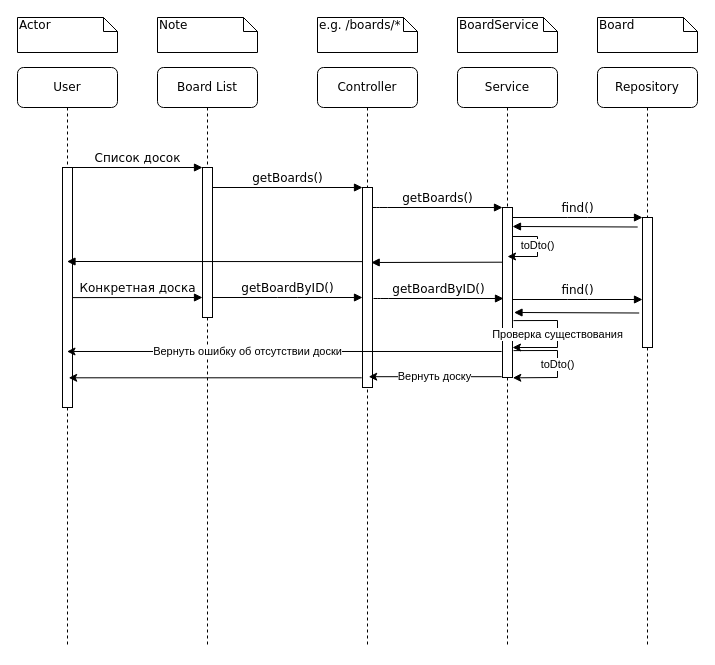
The draw.io diagram sequence.drawio in StanEkso/kanban-projecting, before the edit. Source tidied: cells renumbered, new cells numbered last; positions are measured from the earlier drawing's top-left corner, leaving out a move shared by most shapes. Both pictures are drawn from the tidied source at 100%, with x=0, y=0 at pixel (17, 17).
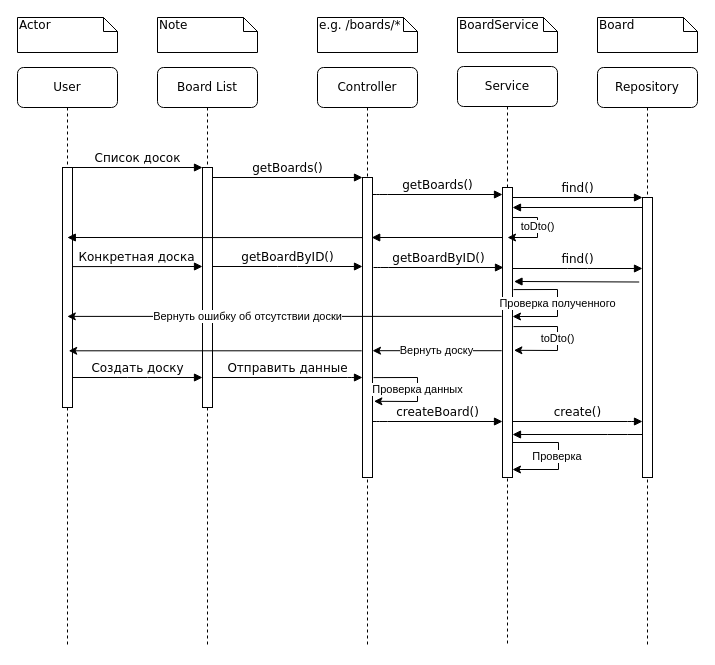
After the change.

The change refers to these unchanged cells:
```xml
<mxCell id="2" value="Board List" style="shape=umlLifeline;perimeter=lifelinePerimeter;whiteSpace=wrap;html=1;rounded=1;shadow=0;comic=0;labelBackgroundColor=none;strokeWidth=1;fontFamily=Verdana;fontSize=12;align=center;" parent="1" vertex="1">
  <mxGeometry x="140" y="50" width="100" height="580" as="geometry" />
</mxCell>
<mxCell id="5" value="Controller" style="shape=umlLifeline;perimeter=lifelinePerimeter;whiteSpace=wrap;html=1;rounded=1;shadow=0;comic=0;labelBackgroundColor=none;strokeWidth=1;fontFamily=Verdana;fontSize=12;align=center;" parent="1" vertex="1">
  <mxGeometry x="300" y="50" width="100" height="580" as="geometry" />
</mxCell>
<mxCell id="10" value="User" style="shape=umlLifeline;perimeter=lifelinePerimeter;whiteSpace=wrap;html=1;outlineConnect=0;rounded=1;shadow=0;comic=0;labelBackgroundColor=none;strokeWidth=1;fontFamily=Verdana;fontSize=12;align=center;" parent="1" vertex="1">
  <mxGeometry y="50" width="100" height="580" as="geometry" />
</mxCell>
```

The edit, as a diff of the source:
```diff
@@
     <mxCell id="3" style="html=1;points=[];perimeter=orthogonalPerimeter;rounded=0;shadow=0;comic=0;labelBackgroundColor=none;strokeWidth=1;fontFamily=Verdana;fontSize=12;align=center;" parent="2" vertex="1">
-      <mxGeometry x="45" y="100" width="10" height="150" as="geometry" />
+      <mxGeometry x="45" y="100" width="10" height="240" as="geometry" />
     </mxCell>
     <mxCell id="4" value="Конкретная доска" style="html=1;verticalAlign=bottom;endArrow=block;entryX=0;entryY=0;labelBackgroundColor=none;fontFamily=Verdana;fontSize=12;edgeStyle=elbowEdgeStyle;elbow=vertical;" parent="2" edge="1">
-      <mxGeometry relative="1" as="geometry">
-        <mxPoint x="-85" y="230.1" as="sourcePoint" />
-        <mxPoint x="45" y="230.1" as="targetPoint" />
+      <mxGeometry x="-0.01" relative="1" as="geometry">
+        <mxPoint x="-85" y="199.1" as="sourcePoint" />
+        <mxPoint x="45" y="199.1" as="targetPoint" />
       </mxGeometry>
     </mxCell>
+    <mxCell id="35" value="Создать доску" style="html=1;verticalAlign=bottom;endArrow=block;entryX=0;entryY=0;labelBackgroundColor=none;fontFamily=Verdana;fontSize=12;edgeStyle=elbowEdgeStyle;elbow=vertical;" parent="2" edge="1">
+      <mxGeometry relative="1" as="geometry">
+        <mxPoint x="-85" y="310" as="sourcePoint" />
+        <mxPoint x="45" y="310" as="targetPoint" />
+      </mxGeometry>
+    </mxCell>
@@
     <mxCell id="6" style="html=1;points=[];perimeter=orthogonalPerimeter;rounded=0;shadow=0;comic=0;labelBackgroundColor=none;strokeWidth=1;fontFamily=Verdana;fontSize=12;align=center;" parent="5" vertex="1">
-      <mxGeometry x="45" y="120" width="10" height="200" as="geometry" />
+      <mxGeometry x="45" y="110" width="10" height="300" as="geometry" />
     </mxCell>
     <mxCell id="7" value="Service" style="shape=umlLifeline;perimeter=lifelinePerimeter;whiteSpace=wrap;html=1;rounded=1;shadow=0;comic=0;labelBackgroundColor=none;strokeWidth=1;fontFamily=Verdana;fontSize=12;align=center;" parent="1" vertex="1">
-      <mxGeometry x="440" y="50" width="100" height="580" as="geometry" />
+      <mxGeometry x="440" y="49" width="100" height="580" as="geometry" />
     </mxCell>
-    <mxCell id="8" value="toDto()" style="endArrow=classic;html=1;rounded=0;exitX=1.1;exitY=0.736;exitDx=0;exitDy=0;exitPerimeter=0;entryX=1.031;entryY=1.002;entryDx=0;entryDy=0;entryPerimeter=0;" parent="7" edge="1" target="12">
+    <mxCell id="8" value="toDto()" style="endArrow=classic;html=1;rounded=0;exitX=1.1;exitY=0.736;exitDx=0;exitDy=0;exitPerimeter=0;entryX=1.144;entryY=0.978;entryDx=0;entryDy=0;entryPerimeter=0;" parent="7" edge="1">
       <mxGeometry relative="1" as="geometry">
-        <mxPoint x="56" y="283.1" as="sourcePoint" />
+        <mxPoint x="56" y="260.1" as="sourcePoint" />
+        <mxPoint x="56.4" y="283.8" as="targetPoint" />
         <Array as="points">
-          <mxPoint x="100" y="283" />
-          <mxPoint x="100" y="310" />
+          <mxPoint x="100" y="260" />
+          <mxPoint x="100" y="284" />
         </Array>
       </mxGeometry>
     </mxCell>
@@
     <mxCell id="12" style="html=1;points=[];perimeter=orthogonalPerimeter;rounded=0;shadow=0;comic=0;labelBackgroundColor=none;strokeWidth=1;fontFamily=Verdana;fontSize=12;align=center;" parent="1" vertex="1">
-      <mxGeometry x="485" y="190" width="10" height="170" as="geometry" />
+      <mxGeometry x="485" y="170" width="10" height="290" as="geometry" />
     </mxCell>
-    <mxCell id="13" value="getBoards()" style="html=1;verticalAlign=bottom;endArrow=block;labelBackgroundColor=none;fontFamily=Verdana;fontSize=12;edgeStyle=elbowEdgeStyle;elbow=vertical;" parent="1" edge="1" source="6" target="12">
+    <mxCell id="13" value="getBoards()" style="html=1;verticalAlign=bottom;endArrow=block;labelBackgroundColor=none;fontFamily=Verdana;fontSize=12;edgeStyle=elbowEdgeStyle;elbow=vertical;" parent="1" edge="1">
       <mxGeometry relative="1" as="geometry">
+        <mxPoint x="355" y="177" as="sourcePoint" />
+        <mxPoint x="485" y="177" as="targetPoint" />
         <Array as="points">
-          <mxPoint x="360" y="190" />
+          <mxPoint x="360" y="177" />
         </Array>
       </mxGeometry>
     </mxCell>
     <mxCell id="14" style="html=1;points=[];perimeter=orthogonalPerimeter;rounded=0;shadow=0;comic=0;labelBackgroundColor=none;strokeWidth=1;fontFamily=Verdana;fontSize=12;align=center;" parent="1" vertex="1">
-      <mxGeometry x="625" y="200" width="10" height="130" as="geometry" />
+      <mxGeometry x="625" y="180" width="10" height="280" as="geometry" />
     </mxCell>
@@
     <mxCell id="23" style="html=1;verticalAlign=bottom;endArrow=block;entryX=1.152;entryY=0.946;labelBackgroundColor=none;fontFamily=Verdana;fontSize=12;edgeStyle=elbowEdgeStyle;elbow=vertical;entryDx=0;entryDy=0;entryPerimeter=0;exitX=-0.33;exitY=0.945;exitDx=0;exitDy=0;exitPerimeter=0;" parent="1" edge="1">
       <mxGeometry relative="1" as="geometry">
-        <mxPoint x="621.7" y="295.5" as="sourcePoint" />
-        <mxPoint x="496.5" y="295.1" as="targetPoint" />
+        <mxPoint x="621.7" y="264.5" as="sourcePoint" />
+        <mxPoint x="496.5" y="264.1" as="targetPoint" />
       </mxGeometry>
     </mxCell>
-    <mxCell id="24" style="html=1;verticalAlign=bottom;endArrow=block;labelBackgroundColor=none;fontFamily=Verdana;fontSize=12;edgeStyle=elbowEdgeStyle;elbow=vertical;exitX=0.029;exitY=0.897;exitDx=0;exitDy=0;exitPerimeter=0;entryX=0.867;entryY=0.915;entryDx=0;entryDy=0;entryPerimeter=0;" parent="1" edge="1">
+    <mxCell id="24" style="html=1;verticalAlign=bottom;endArrow=block;labelBackgroundColor=none;fontFamily=Verdana;fontSize=12;edgeStyle=elbowEdgeStyle;elbow=vertical;entryX=0.92;entryY=0.243;entryDx=0;entryDy=0;entryPerimeter=0;" parent="1" edge="1">
       <mxGeometry relative="1" as="geometry">
-        <mxPoint x="485.3" y="244.7" as="sourcePoint" />
-        <mxPoint x="353.7" y="244.9" as="targetPoint" />
+        <mxPoint x="485" y="220" as="sourcePoint" />
+        <mxPoint x="354.2" y="219.9" as="targetPoint" />
       </mxGeometry>
     </mxCell>
     <mxCell id="25" value="toDto()" style="endArrow=classic;html=1;rounded=0;exitX=1.03;exitY=0.727;exitDx=0;exitDy=0;exitPerimeter=0;" parent="1" edge="1">
       <mxGeometry x="-0.1" relative="1" as="geometry">
-        <mxPoint x="495.3" y="219" as="sourcePoint" />
-        <mxPoint x="490" y="239" as="targetPoint" />
+        <mxPoint x="495.3" y="200" as="sourcePoint" />
+        <mxPoint x="490" y="220" as="targetPoint" />
         <Array as="points">
-          <mxPoint x="520" y="219" />
-          <mxPoint x="520" y="239" />
+          <mxPoint x="520" y="200" />
+          <mxPoint x="520" y="220" />
         </Array>
       </mxGeometry>
     </mxCell>
-    <mxCell id="26" style="html=1;verticalAlign=bottom;endArrow=block;labelBackgroundColor=none;fontFamily=Verdana;fontSize=12;edgeStyle=elbowEdgeStyle;elbow=vertical;exitX=-0.006;exitY=0.962;exitDx=0;exitDy=0;exitPerimeter=0;" parent="1" edge="1" target="10">
+    <mxCell id="26" style="html=1;verticalAlign=bottom;endArrow=block;labelBackgroundColor=none;fontFamily=Verdana;fontSize=12;edgeStyle=elbowEdgeStyle;elbow=vertical;exitX=-0.006;exitY=0.962;exitDx=0;exitDy=0;exitPerimeter=0;" parent="1" edge="1">
       <mxGeometry relative="1" as="geometry">
-        <mxPoint x="344.9" y="244.1" as="sourcePoint" />
+        <mxPoint x="344.9" y="220.1" as="sourcePoint" />
+        <mxPoint x="49.8" y="220.1" as="targetPoint" />
       </mxGeometry>
     </mxCell>
-    <mxCell id="27" style="html=1;verticalAlign=bottom;endArrow=block;entryX=1.152;entryY=0.946;labelBackgroundColor=none;fontFamily=Verdana;fontSize=12;edgeStyle=elbowEdgeStyle;elbow=vertical;entryDx=0;entryDy=0;entryPerimeter=0;exitX=-0.33;exitY=0.945;exitDx=0;exitDy=0;exitPerimeter=0;" parent="1" edge="1">
+    <mxCell id="27" style="html=1;verticalAlign=bottom;endArrow=block;entryX=1.152;entryY=0.946;labelBackgroundColor=none;fontFamily=Verdana;fontSize=12;edgeStyle=elbowEdgeStyle;elbow=vertical;entryDx=0;entryDy=0;entryPerimeter=0;" parent="1" edge="1" source="14">
       <mxGeometry relative="1" as="geometry">
-        <mxPoint x="620.2" y="209.5" as="sourcePoint" />
-        <mxPoint x="495" y="209.1" as="targetPoint" />
+        <mxPoint x="495" y="190.1" as="targetPoint" />
       </mxGeometry>
     </mxCell>
-    <mxCell id="28" value="getBoardByID()" style="html=1;verticalAlign=bottom;endArrow=block;entryX=0;entryY=0;labelBackgroundColor=none;fontFamily=Verdana;fontSize=12;edgeStyle=elbowEdgeStyle;elbow=vertical;" parent="1" edge="1">
+    <mxCell id="28" value="getBoardByID()" style="html=1;verticalAlign=bottom;endArrow=block;labelBackgroundColor=none;fontFamily=Verdana;fontSize=12;edgeStyle=elbowEdgeStyle;elbow=vertical;" parent="1" edge="1" target="6">
       <mxGeometry relative="1" as="geometry">
-        <mxPoint x="195" y="280" as="sourcePoint" />
-        <mxPoint x="345" y="280" as="targetPoint" />
+        <mxPoint x="195" y="249" as="sourcePoint" />
       </mxGeometry>
     </mxCell>
     <mxCell id="29" value="getBoardByID()" style="html=1;verticalAlign=bottom;endArrow=block;labelBackgroundColor=none;fontFamily=Verdana;fontSize=12;edgeStyle=elbowEdgeStyle;elbow=vertical;" parent="1" edge="1">
       <mxGeometry relative="1" as="geometry">
-        <mxPoint x="356" y="281" as="sourcePoint" />
-        <mxPoint x="486" y="281" as="targetPoint" />
+        <mxPoint x="356" y="250" as="sourcePoint" />
+        <mxPoint x="486" y="250" as="targetPoint" />
         <Array as="points">
-          <mxPoint x="361" y="281" />
+          <mxPoint x="361" y="250" />
         </Array>
       </mxGeometry>
     </mxCell>
     <mxCell id="30" value="find()" style="html=1;verticalAlign=bottom;endArrow=block;entryX=0;entryY=0;labelBackgroundColor=none;fontFamily=Verdana;fontSize=12;edgeStyle=elbowEdgeStyle;elbow=vertical;" parent="1" edge="1">
       <mxGeometry relative="1" as="geometry">
-        <mxPoint x="495" y="282" as="sourcePoint" />
-        <mxPoint x="625" y="282" as="targetPoint" />
+        <mxPoint x="495" y="251" as="sourcePoint" />
+        <mxPoint x="625" y="251" as="targetPoint" />
       </mxGeometry>
     </mxCell>
-    <mxCell id="31" value="Проверка существования" style="endArrow=classic;html=1;rounded=0;exitX=1.1;exitY=0.736;exitDx=0;exitDy=0;exitPerimeter=0;" parent="1" edge="1" target="12">
+    <mxCell id="31" value="Проверка полученного" style="endArrow=classic;html=1;rounded=0;exitX=1.1;exitY=0.736;exitDx=0;exitDy=0;exitPerimeter=0;" parent="1" edge="1">
       <mxGeometry relative="1" as="geometry">
-        <mxPoint x="496" y="303.1" as="sourcePoint" />
+        <mxPoint x="496" y="272.1" as="sourcePoint" />
+        <mxPoint x="495" y="299" as="targetPoint" />
         <Array as="points">
-          <mxPoint x="540" y="303" />
-          <mxPoint x="540" y="330" />
+          <mxPoint x="540" y="272" />
+          <mxPoint x="540" y="299" />
         </Array>
       </mxGeometry>
     </mxCell>
-    <mxCell id="32" value="Вернуть доску" style="endArrow=classic;html=1;rounded=0;exitX=-0.18;exitY=0.866;exitDx=0;exitDy=0;exitPerimeter=0;" parent="1" edge="1">
+    <mxCell id="32" value="Вернуть доску" style="endArrow=classic;html=1;rounded=0;exitX=-0.18;exitY=0.866;exitDx=0;exitDy=0;exitPerimeter=0;" parent="1" edge="1" target="6">
       <mxGeometry relative="1" as="geometry">
-        <mxPoint x="484.2" y="359.2" as="sourcePoint" />
-        <mxPoint x="351.2" y="359.2" as="targetPoint" />
+        <mxPoint x="484.2" y="333.2" as="sourcePoint" />
       </mxGeometry>
     </mxCell>
     <mxCell id="33" style="endArrow=classic;html=1;rounded=0;exitX=-0.18;exitY=0.886;exitDx=0;exitDy=0;exitPerimeter=0;" parent="1" edge="1">
       <mxGeometry relative="1" as="geometry">
-        <mxPoint x="344.2" y="360.3" as="sourcePoint" />
-        <mxPoint x="51.2" y="360.3" as="targetPoint" />
+        <mxPoint x="344.2" y="333.3" as="sourcePoint" />
+        <mxPoint x="51.2" y="333.3" as="targetPoint" />
       </mxGeometry>
     </mxCell>
-    <mxCell id="34" value="Вернуть ошибку об отсутствии доски" style="endArrow=classic;html=1;rounded=0;exitX=-0.086;exitY=0.847;exitDx=0;exitDy=0;exitPerimeter=0;" parent="1" edge="1" source="12" target="10">
-      <mxGeometry x="0.17" relative="1" as="geometry" />
+    <mxCell id="34" value="Вернуть ошибку об отсутствии доски" style="endArrow=classic;html=1;rounded=0;exitX=-0.086;exitY=0.847;exitDx=0;exitDy=0;exitPerimeter=0;" parent="1" edge="1">
+      <mxGeometry x="0.17" relative="1" as="geometry">
+        <mxPoint x="484.1" y="298.9" as="sourcePoint" />
+        <mxPoint x="49.8" y="298.9" as="targetPoint" />
+      </mxGeometry>
     </mxCell>
+    <mxCell id="36" value="Отправить данные" style="html=1;verticalAlign=bottom;endArrow=block;labelBackgroundColor=none;fontFamily=Verdana;fontSize=12;edgeStyle=elbowEdgeStyle;elbow=vertical;" parent="1" edge="1" source="3" target="6">
+      <mxGeometry relative="1" as="geometry">
+        <Array as="points">
+          <mxPoint x="340" y="360" />
+        </Array>
+      </mxGeometry>
+    </mxCell>
+    <mxCell id="37" value="Проверка данных" style="endArrow=classic;html=1;rounded=0;exitX=1.1;exitY=0.736;exitDx=0;exitDy=0;exitPerimeter=0;entryX=1.144;entryY=0.978;entryDx=0;entryDy=0;entryPerimeter=0;" parent="1" edge="1">
+      <mxGeometry relative="1" as="geometry">
+        <mxPoint x="356" y="360.1" as="sourcePoint" />
+        <mxPoint x="356.4" y="383.8" as="targetPoint" />
+        <Array as="points">
+          <mxPoint x="400" y="360" />
+          <mxPoint x="400" y="384" />
+        </Array>
+      </mxGeometry>
+    </mxCell>
+    <mxCell id="38" value="createBoard()" style="html=1;verticalAlign=bottom;endArrow=block;labelBackgroundColor=none;fontFamily=Verdana;fontSize=12;edgeStyle=elbowEdgeStyle;elbow=vertical;" parent="1" edge="1">
+      <mxGeometry relative="1" as="geometry">
+        <mxPoint x="355" y="404" as="sourcePoint" />
+        <mxPoint x="485" y="404" as="targetPoint" />
+        <Array as="points">
+          <mxPoint x="360" y="404" />
+        </Array>
+      </mxGeometry>
+    </mxCell>
+    <mxCell id="39" value="create()" style="html=1;verticalAlign=bottom;endArrow=block;labelBackgroundColor=none;fontFamily=Verdana;fontSize=12;edgeStyle=elbowEdgeStyle;elbow=vertical;" parent="1" edge="1">
+      <mxGeometry relative="1" as="geometry">
+        <mxPoint x="495" y="404" as="sourcePoint" />
+        <mxPoint x="625" y="404" as="targetPoint" />
+        <Array as="points">
+          <mxPoint x="620" y="404" />
+        </Array>
+      </mxGeometry>
+    </mxCell>
+    <mxCell id="40" style="html=1;verticalAlign=bottom;endArrow=block;labelBackgroundColor=none;fontFamily=Verdana;fontSize=12;edgeStyle=elbowEdgeStyle;elbow=vertical;" parent="1" edge="1">
+      <mxGeometry relative="1" as="geometry">
+        <mxPoint x="625" y="417" as="sourcePoint" />
+        <mxPoint x="495" y="417" as="targetPoint" />
+        <Array as="points">
+          <mxPoint x="600" y="417" />
+        </Array>
+      </mxGeometry>
+    </mxCell>
+    <mxCell id="41" value="Проверка&amp;nbsp;" style="endArrow=classic;html=1;rounded=0;" parent="1" edge="1" source="12" target="12">
+      <mxGeometry relative="1" as="geometry">
+        <Array as="points">
+          <mxPoint x="541" y="425" />
+          <mxPoint x="541" y="452" />
+        </Array>
+      </mxGeometry>
+    </mxCell>
```
